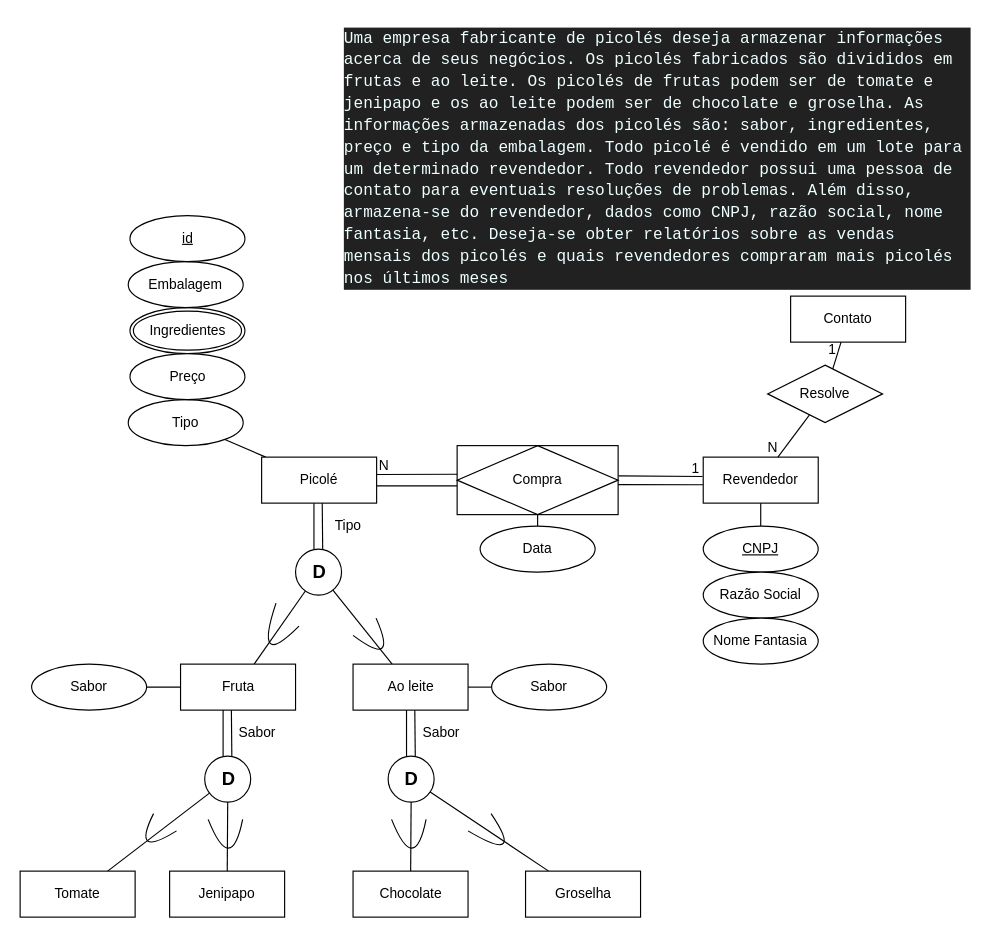
The draw.io diagram Lista2/Q2.drawio in Ryrden/ICMC-SCC0540, before the edit. Source tidied: cells renumbered, new cells numbered last; positions are measured from the earlier drawing's top-left corner, leaving out a move shared by most shapes. Both pictures are drawn from the tidied source at 115%, with x=0, y=0 at pixel (20, 20).
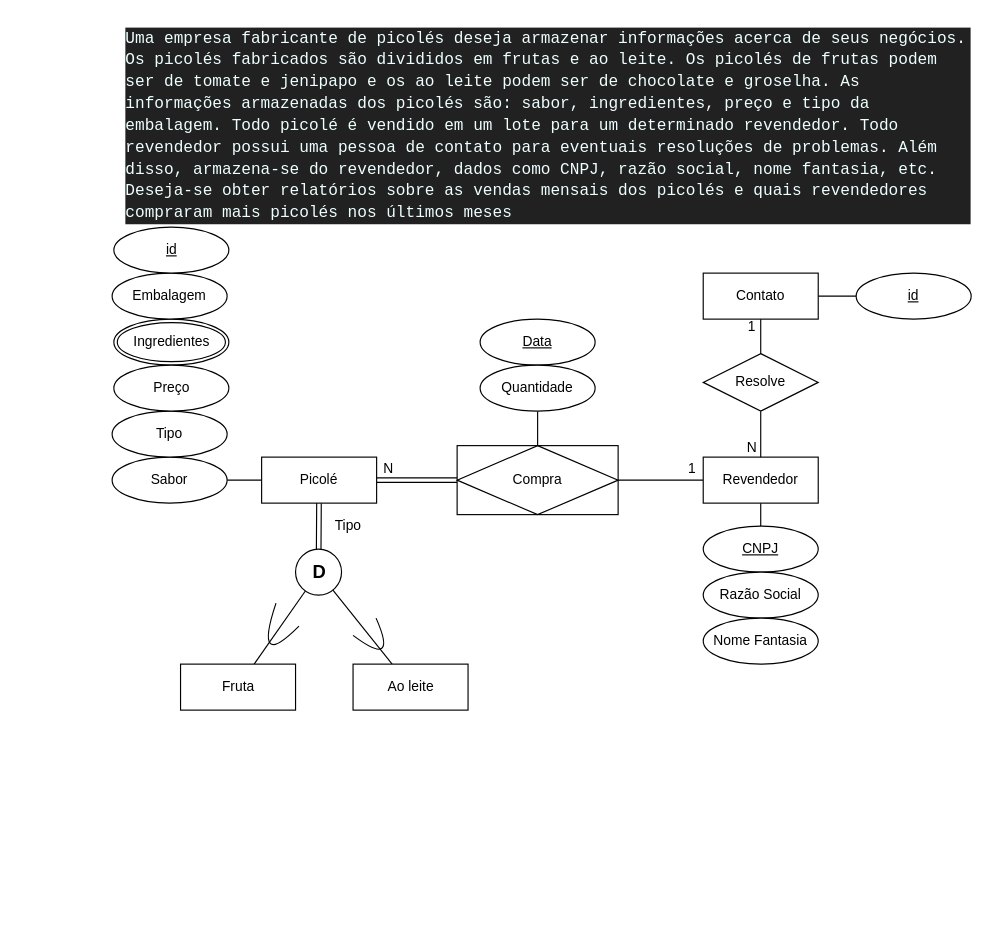
The same page after the edit.

Unchanged cells that the change refers to:
```xml
<mxCell id="4" value="Picolé" style="whiteSpace=wrap;html=1;align=center;" parent="1" vertex="1">
  <mxGeometry x="210" y="380" width="100" height="40" as="geometry" />
</mxCell>
<mxCell id="11" value="Fruta" style="whiteSpace=wrap;html=1;align=center;" parent="1" vertex="1">
  <mxGeometry x="139.5" y="560" width="100" height="40" as="geometry" />
</mxCell>
<mxCell id="13" value="Ao leite" style="whiteSpace=wrap;html=1;align=center;" parent="1" vertex="1">
  <mxGeometry x="289.5" y="560" width="100" height="40" as="geometry" />
</mxCell>
<mxCell id="16" value="&lt;b&gt;&lt;font style=&quot;font-size: 16px&quot;&gt;D&lt;/font&gt;&lt;/b&gt;" style="text;html=1;align=center;verticalAlign=middle;points=[];fillColor=none;strokeColor=none;rounded=0;" parent="1" vertex="1">
  <mxGeometry x="244.5" y="470" width="30" height="20" as="geometry" />
</mxCell>
<mxCell id="19" value="Revendedor" style="whiteSpace=wrap;html=1;align=center;" parent="1" vertex="1">
  <mxGeometry x="594" y="380" width="100" height="40" as="geometry" />
</mxCell>
<mxCell id="52" value="Compra" style="shape=associativeEntity;whiteSpace=wrap;html=1;align=center;" parent="1" vertex="1">
  <mxGeometry x="380" y="370" width="140" height="60" as="geometry" />
</mxCell>
<mxCell id="61" style="endArrow=none;html=1;rounded=0;" parent="1" edge="1" source="60" target="19">
  <mxGeometry relative="1" as="geometry" />
</mxCell>
```

The edit, as a diff of the source:
```diff
@@
     <mxCell id="2" value="&lt;div style=&quot;color: rgb(238 , 255 , 255) ; background-color: rgb(33 , 33 , 33) ; font-family: &amp;#34;consolas&amp;#34; , &amp;#34;courier new&amp;#34; , monospace ; font-weight: normal ; font-size: 14px ; line-height: 19px&quot;&gt;&lt;div&gt;&lt;span style=&quot;color: #eeffff&quot;&gt;Uma empresa fabricante de picolés deseja armazenar informações acerca de seus negócios. Os picolés fabricados são divididos em frutas e ao leite. Os picolés de frutas podem ser de tomate e jenipapo e os ao leite podem ser de chocolate e groselha. As informações armazenadas dos picolés são: sabor, ingredientes, preço e tipo da embalagem. Todo picolé é vendido em um lote para um determinado revendedor. Todo revendedor possui uma pessoa de contato para eventuais resoluções de problemas. Além disso, armazena-se do revendedor, dados como CNPJ, razão social, nome fantasia, etc. Deseja-se obter relatórios sobre as vendas mensais dos picolés e quais revendedores compraram mais picolés nos últimos meses&lt;/span&gt;&lt;/div&gt;&lt;/div&gt;" style="text;whiteSpace=wrap;html=1;" parent="1" vertex="1">
-      <mxGeometry x="280" width="547" height="220" as="geometry" />
+      <mxGeometry x="90" width="737" height="160" as="geometry" />
     </mxCell>
-    <mxCell id="3" style="edgeStyle=none;html=1;endArrow=none;endFill=0;" parent="1" edge="1" source="4" target="44">
+    <mxCell id="3" style="edgeStyle=none;html=1;endArrow=none;endFill=0;" parent="1" edge="1" source="4" target="42">
       <mxGeometry relative="1" as="geometry" />
     </mxCell>
+    <mxCell id="67" style="edgeStyle=none;shape=link;html=1;endArrow=none;endFill=0;" parent="1" edge="1" source="4" target="16">
+      <mxGeometry relative="1" as="geometry" />
+    </mxCell>
@@
-    <mxCell id="5" style="edgeStyle=none;html=1;endArrow=none;endFill=0;" parent="1" edge="1">
-      <mxGeometry relative="1" as="geometry">
-        <mxPoint x="262.7" y="420" as="sourcePoint" />
-        <mxPoint x="263.1" y="460" as="targetPoint" />
-      </mxGeometry>
-    </mxCell>
@@
-    <mxCell id="10" style="edgeStyle=none;html=1;endArrow=none;endFill=0;" parent="1" edge="1" source="11" target="43">
-      <mxGeometry relative="1" as="geometry" />
-    </mxCell>
@@
-    <mxCell id="12" style="edgeStyle=none;html=1;endArrow=none;endFill=0;" parent="1" edge="1" source="13" target="42">
-      <mxGeometry relative="1" as="geometry" />
-    </mxCell>
@@
-    <mxCell id="17" style="edgeStyle=none;html=1;endArrow=none;endFill=0;" parent="1" edge="1">
-      <mxGeometry relative="1" as="geometry">
-        <mxPoint x="255.5" y="420" as="sourcePoint" />
-        <mxPoint x="255.5" y="460" as="targetPoint" />
-      </mxGeometry>
-    </mxCell>
@@
+    <mxCell id="68" style="edgeStyle=none;html=1;endArrow=none;endFill=0;" parent="1" edge="1" source="19" target="52">
+      <mxGeometry relative="1" as="geometry" />
+    </mxCell>
@@
-    <mxCell id="20" style="edgeStyle=none;html=1;endArrow=none;endFill=0;" parent="1" edge="1">
-      <mxGeometry relative="1" as="geometry">
-        <mxPoint x="343.2" y="600" as="sourcePoint" />
-        <mxPoint x="343.6" y="640" as="targetPoint" />
-      </mxGeometry>
-    </mxCell>
-    <mxCell id="21" style="edgeStyle=none;html=1;endArrow=none;endFill=0;" parent="1" edge="1" source="23" target="25">
-      <mxGeometry relative="1" as="geometry" />
-    </mxCell>
-    <mxCell id="22" style="edgeStyle=none;html=1;endArrow=none;endFill=0;" parent="1" edge="1" source="23" target="26">
-      <mxGeometry relative="1" as="geometry" />
-    </mxCell>
-    <mxCell id="23" style="ellipse;whiteSpace=wrap;html=1;" parent="1" vertex="1">
-      <mxGeometry x="320" y="640" width="40" height="40" as="geometry" />
-    </mxCell>
-    <mxCell id="24" value="&lt;span&gt;Sabor&lt;/span&gt;" style="text;html=1;align=center;verticalAlign=middle;fillColor=none;strokeColor=none;rounded=0;" parent="1" vertex="1">
-      <mxGeometry x="340.5" y="610" width="50" height="20" as="geometry" />
-    </mxCell>
-    <mxCell id="25" value="Chocolate" style="whiteSpace=wrap;html=1;align=center;" parent="1" vertex="1">
-      <mxGeometry x="289.5" y="740" width="100" height="40" as="geometry" />
-    </mxCell>
-    <mxCell id="26" value="Groselha" style="whiteSpace=wrap;html=1;align=center;" parent="1" vertex="1">
-      <mxGeometry x="439.5" y="740" width="100" height="40" as="geometry" />
-    </mxCell>
-    <mxCell id="27" style="curved=1;endArrow=none;html=1;endFill=0;" parent="1" edge="1">
-      <mxGeometry relative="1" as="geometry">
-        <mxPoint x="389.5" y="705" as="sourcePoint" />
-        <mxPoint x="409.5" y="690" as="targetPoint" />
-        <Array as="points">
-          <mxPoint x="440" y="735" />
-        </Array>
-      </mxGeometry>
-    </mxCell>
-    <mxCell id="28" value="&lt;b&gt;&lt;font style=&quot;font-size: 16px&quot;&gt;D&lt;/font&gt;&lt;/b&gt;" style="text;html=1;align=center;verticalAlign=middle;fillColor=none;strokeColor=none;rounded=0;" parent="1" vertex="1">
-      <mxGeometry x="325" y="650" width="30" height="20" as="geometry" />
-    </mxCell>
-    <mxCell id="29" style="edgeStyle=none;html=1;endArrow=none;endFill=0;" parent="1" edge="1">
-      <mxGeometry relative="1" as="geometry">
-        <mxPoint x="336" y="600" as="sourcePoint" />
-        <mxPoint x="336" y="640" as="targetPoint" />
-      </mxGeometry>
-    </mxCell>
-    <mxCell id="30" style="curved=1;endArrow=none;html=1;endFill=0;" parent="1" edge="1">
-      <mxGeometry relative="1" as="geometry">
-        <mxPoint x="323" y="695" as="sourcePoint" />
-        <mxPoint x="353" y="695" as="targetPoint" />
-        <Array as="points">
-          <mxPoint x="343" y="745" />
-        </Array>
-      </mxGeometry>
-    </mxCell>
-    <mxCell id="31" style="edgeStyle=none;html=1;endArrow=none;endFill=0;" parent="1" edge="1">
-      <mxGeometry relative="1" as="geometry">
-        <mxPoint x="183.7" y="600" as="sourcePoint" />
-        <mxPoint x="184.1" y="640" as="targetPoint" />
-      </mxGeometry>
-    </mxCell>
-    <mxCell id="32" style="edgeStyle=none;html=1;endArrow=none;endFill=0;" parent="1" edge="1" source="34" target="36">
-      <mxGeometry relative="1" as="geometry" />
-    </mxCell>
-    <mxCell id="33" style="edgeStyle=none;html=1;endArrow=none;endFill=0;" parent="1" edge="1" source="34" target="37">
-      <mxGeometry relative="1" as="geometry" />
-    </mxCell>
-    <mxCell id="34" style="ellipse;whiteSpace=wrap;html=1;" parent="1" vertex="1">
-      <mxGeometry x="160.5" y="640" width="40" height="40" as="geometry" />
-    </mxCell>
-    <mxCell id="35" value="&lt;span&gt;Sabor&lt;/span&gt;" style="text;html=1;align=center;verticalAlign=middle;fillColor=none;strokeColor=none;rounded=0;" parent="1" vertex="1">
-      <mxGeometry x="181" y="610" width="50" height="20" as="geometry" />
-    </mxCell>
-    <mxCell id="36" value="Jenipapo" style="whiteSpace=wrap;html=1;align=center;" parent="1" vertex="1">
-      <mxGeometry x="130" y="740" width="100" height="40" as="geometry" />
-    </mxCell>
-    <mxCell id="37" value="Tomate" style="whiteSpace=wrap;html=1;align=center;" parent="1" vertex="1">
-      <mxGeometry y="740" width="100" height="40" as="geometry" />
-    </mxCell>
-    <mxCell id="38" style="curved=1;endArrow=none;html=1;endFill=0;" parent="1" edge="1">
-      <mxGeometry relative="1" as="geometry">
-        <mxPoint x="116" y="690" as="sourcePoint" />
-        <mxPoint x="136" y="705" as="targetPoint" />
-        <Array as="points">
-          <mxPoint x="96" y="730" />
-        </Array>
-      </mxGeometry>
-    </mxCell>
-    <mxCell id="39" value="&lt;b&gt;&lt;font style=&quot;font-size: 16px&quot;&gt;D&lt;/font&gt;&lt;/b&gt;" style="text;html=1;align=center;verticalAlign=middle;fillColor=none;strokeColor=none;rounded=0;" parent="1" vertex="1">
-      <mxGeometry x="165.5" y="650" width="30" height="20" as="geometry" />
-    </mxCell>
-    <mxCell id="40" style="edgeStyle=none;html=1;endArrow=none;endFill=0;" parent="1" edge="1">
-      <mxGeometry relative="1" as="geometry">
-        <mxPoint x="176.5" y="600" as="sourcePoint" />
-        <mxPoint x="176.5" y="640" as="targetPoint" />
-      </mxGeometry>
-    </mxCell>
-    <mxCell id="41" style="curved=1;endArrow=none;html=1;endFill=0;" parent="1" edge="1">
-      <mxGeometry relative="1" as="geometry">
-        <mxPoint x="163.5" y="695" as="sourcePoint" />
-        <mxPoint x="193.5" y="695" as="targetPoint" />
-        <Array as="points">
-          <mxPoint x="183.5" y="745" />
-        </Array>
-      </mxGeometry>
-    </mxCell>
     <mxCell id="42" value="Sabor" style="ellipse;whiteSpace=wrap;html=1;align=center;" parent="1" vertex="1">
-      <mxGeometry x="410" y="560" width="100" height="40" as="geometry" />
+      <mxGeometry x="80" y="380" width="100" height="40" as="geometry" />
     </mxCell>
-    <mxCell id="43" value="Sabor" style="ellipse;whiteSpace=wrap;html=1;align=center;" parent="1" vertex="1">
-      <mxGeometry x="10" y="560" width="100" height="40" as="geometry" />
-    </mxCell>
     <mxCell id="44" value="Tipo" style="ellipse;whiteSpace=wrap;html=1;align=center;" parent="1" vertex="1">
-      <mxGeometry x="94" y="330" width="100" height="40" as="geometry" />
+      <mxGeometry x="80" y="340" width="100" height="40" as="geometry" />
     </mxCell>
     <mxCell id="45" value="Ingredientes" style="ellipse;shape=doubleEllipse;margin=3;whiteSpace=wrap;html=1;align=center;" parent="1" vertex="1">
-      <mxGeometry x="95.5" y="250" width="100" height="40" as="geometry" />
+      <mxGeometry x="81.5" y="260" width="100" height="40" as="geometry" />
     </mxCell>
     <mxCell id="46" value="Preço" style="ellipse;whiteSpace=wrap;html=1;align=center;" parent="1" vertex="1">
-      <mxGeometry x="95.5" y="290" width="100" height="40" as="geometry" />
+      <mxGeometry x="81.5" y="300" width="100" height="40" as="geometry" />
     </mxCell>
     <mxCell id="47" value="Embalagem" style="ellipse;whiteSpace=wrap;html=1;align=center;" parent="1" vertex="1">
-      <mxGeometry x="94" y="210" width="100" height="40" as="geometry" />
+      <mxGeometry x="80" y="220" width="100" height="40" as="geometry" />
     </mxCell>
@@
-    <mxCell id="51" style="edgeStyle=none;html=1;endArrow=none;endFill=0;" parent="1" edge="1" source="52" target="57">
+    <mxCell id="51" style="edgeStyle=none;html=1;endArrow=none;endFill=0;" parent="1" edge="1" source="52" target="70">
       <mxGeometry relative="1" as="geometry" />
     </mxCell>
+    <mxCell id="53" style="edgeStyle=none;html=1;endArrow=none;endFill=0;shape=link;" parent="1" edge="1" source="52" target="4">
+      <mxGeometry relative="1" as="geometry" />
+    </mxCell>
@@
-    <mxCell id="53" style="endArrow=none;html=1;rounded=0;entryX=1.003;entryY=0.377;entryDx=0;entryDy=0;entryPerimeter=0;exitX=0.002;exitY=0.415;exitDx=0;exitDy=0;exitPerimeter=0;" parent="1" edge="1" source="52" target="4">
-      <mxGeometry relative="1" as="geometry" />
-    </mxCell>
-    <mxCell id="54" value="N" style="html=1;align=right;verticalAlign=bottom;" parent="53" vertex="1">
-      <mxGeometry x="1" relative="1" as="geometry">
-        <mxPoint x="11" y="1" as="offset" />
-      </mxGeometry>
-    </mxCell>
-    <mxCell id="55" style="endArrow=none;html=1;rounded=0;exitX=1.003;exitY=0.438;exitDx=0;exitDy=0;exitPerimeter=0;entryX=-0.006;entryY=0.422;entryDx=0;entryDy=0;entryPerimeter=0;" parent="1" edge="1" source="52" target="19">
-      <mxGeometry relative="1" as="geometry" />
-    </mxCell>
-    <mxCell id="56" value="1" style="html=1;align=right;verticalAlign=bottom;" parent="55" vertex="1">
-      <mxGeometry x="1" relative="1" as="geometry">
-        <mxPoint x="-2" y="1" as="offset" />
-      </mxGeometry>
-    </mxCell>
-    <mxCell id="57" value="Data" style="ellipse;whiteSpace=wrap;html=1;align=center;" parent="1" vertex="1">
-      <mxGeometry x="400" y="440" width="100" height="40" as="geometry" />
+    <mxCell id="57" value="&lt;u&gt;Data&lt;/u&gt;" style="ellipse;whiteSpace=wrap;html=1;align=center;" parent="1" vertex="1">
+      <mxGeometry x="400" y="260" width="100" height="40" as="geometry" />
     </mxCell>
     <mxCell id="58" value="id" style="ellipse;whiteSpace=wrap;html=1;align=center;fontStyle=4;" parent="1" vertex="1">
-      <mxGeometry x="95.5" y="170" width="100" height="40" as="geometry" />
+      <mxGeometry x="81.5" y="180" width="100" height="40" as="geometry" />
     </mxCell>
+    <mxCell id="69" style="edgeStyle=none;html=1;endArrow=none;endFill=0;" parent="1" edge="1" source="59" target="71">
+      <mxGeometry relative="1" as="geometry" />
+    </mxCell>
     <mxCell id="59" value="Contato" style="whiteSpace=wrap;html=1;align=center;" parent="1" vertex="1">
-      <mxGeometry x="670" y="240" width="100" height="40" as="geometry" />
+      <mxGeometry x="594" y="220" width="100" height="40" as="geometry" />
     </mxCell>
     <mxCell id="60" value="Resolve" style="shape=rhombus;perimeter=rhombusPerimeter;whiteSpace=wrap;html=1;align=center;" parent="1" vertex="1">
-      <mxGeometry x="650" y="300" width="100" height="50" as="geometry" />
+      <mxGeometry x="594" y="290" width="100" height="50" as="geometry" />
     </mxCell>
@@
     <mxCell id="62" value="N" style="html=1;align=right;verticalAlign=bottom;" parent="61" vertex="1">
-      <mxGeometry x="1" relative="1" as="geometry" />
+      <mxGeometry x="1" relative="1" as="geometry">
+        <mxPoint x="-3" as="offset" />
+      </mxGeometry>
     </mxCell>
@@
-    <mxCell id="65" style="endArrow=none;html=1;rounded=0;" parent="1" edge="1">
-      <mxGeometry relative="1" as="geometry">
-        <mxPoint x="380" y="405" as="sourcePoint" />
-        <mxPoint x="310" y="405" as="targetPoint" />
-      </mxGeometry>
-    </mxCell>
-    <mxCell id="66" style="endArrow=none;html=1;rounded=0;" parent="1" edge="1">
-      <mxGeometry relative="1" as="geometry">
-        <mxPoint x="520" y="403.9" as="sourcePoint" />
-        <mxPoint x="594" y="404" as="targetPoint" />
-      </mxGeometry>
-    </mxCell>
+    <mxCell id="56" value="1" style="text;html=1;align=center;verticalAlign=middle;strokeColor=none;fillColor=none;" parent="1" vertex="1">
+      <mxGeometry x="574" y="380" width="20" height="20" as="geometry" />
+    </mxCell>
+    <mxCell id="54" value="N" style="text;html=1;align=center;verticalAlign=middle;strokeColor=none;fillColor=none;" parent="1" vertex="1">
+      <mxGeometry x="310" y="380" width="20" height="20" as="geometry" />
+    </mxCell>
+    <mxCell id="70" value="Quantidade" style="ellipse;whiteSpace=wrap;html=1;align=center;" parent="1" vertex="1">
+      <mxGeometry x="400" y="300" width="100" height="40" as="geometry" />
+    </mxCell>
+    <mxCell id="71" value="&lt;u&gt;id&lt;/u&gt;" style="ellipse;whiteSpace=wrap;html=1;align=center;" parent="1" vertex="1">
+      <mxGeometry x="727" y="220" width="100" height="40" as="geometry" />
+    </mxCell>
```
